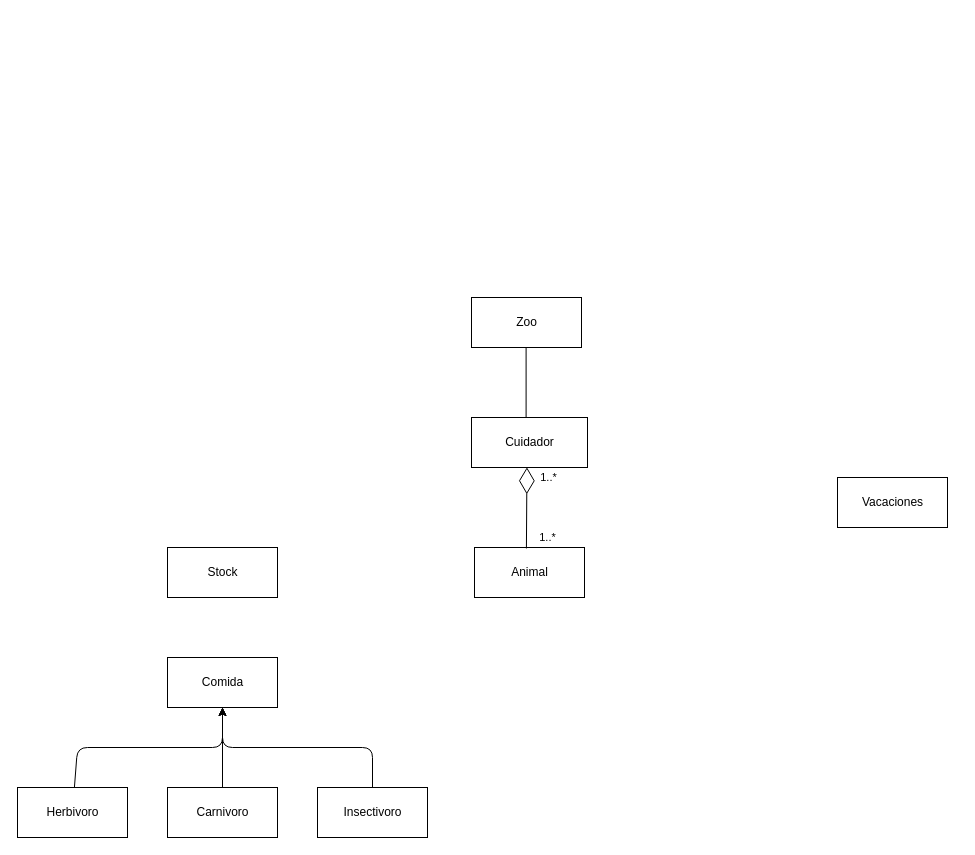
Earlier version of the draw.io diagram ejercicio04/ejercicio04.drawio (mgonzalz/ejerciciosuml). Source tidied: cells renumbered, new cells numbered last; positions are measured from the earlier drawing's top-left corner, leaving out a move shared by most shapes. Both pictures are drawn from the tidied source at 100%, with x=0, y=0 at pixel (17, 297).
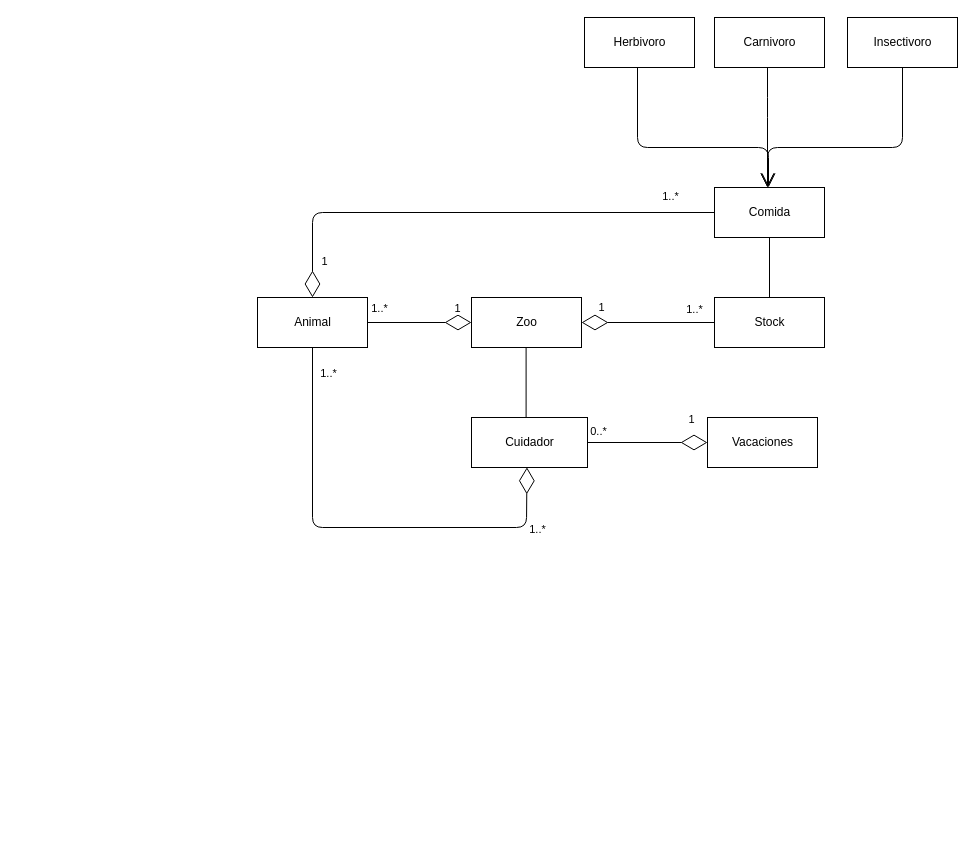
Above is the later version.

The change refers to these unchanged cells:
```xml
<mxCell id="2" value="Zoo" style="html=1;" parent="1" vertex="1">
  <mxGeometry x="454" width="110" height="50" as="geometry" />
</mxCell>
<mxCell id="4" value="Cuidador" style="html=1;" parent="1" vertex="1">
  <mxGeometry x="454" y="120" width="116" height="50" as="geometry" />
</mxCell>
```

Change to the diagram source:
```diff
@@
     <mxCell id="3" value="Stock" style="html=1;" parent="1" vertex="1">
-      <mxGeometry x="150" y="250" width="110" height="50" as="geometry" />
+      <mxGeometry x="697" width="110" height="50" as="geometry" />
     </mxCell>
@@
     <mxCell id="5" value="Animal" style="html=1;" parent="1" vertex="1">
-      <mxGeometry x="457" y="250" width="110" height="50" as="geometry" />
+      <mxGeometry x="240" width="110" height="50" as="geometry" />
     </mxCell>
     <mxCell id="6" value="Vacaciones" style="html=1;" parent="1" vertex="1">
-      <mxGeometry x="820" y="180" width="110" height="50" as="geometry" />
+      <mxGeometry x="690" y="120" width="110" height="50" as="geometry" />
     </mxCell>
     <mxCell id="7" value="Comida" style="html=1;" parent="1" vertex="1">
-      <mxGeometry x="150" y="360" width="110" height="50" as="geometry" />
+      <mxGeometry x="697" y="-110" width="110" height="50" as="geometry" />
     </mxCell>
-    <mxCell id="8" style="edgeStyle=none;html=1;entryX=0.5;entryY=1;entryDx=0;entryDy=0;" parent="1" edge="1" source="9" target="7">
-      <mxGeometry relative="1" as="geometry">
-        <Array as="points">
-          <mxPoint x="355" y="450" />
-          <mxPoint x="205" y="450" />
-        </Array>
-      </mxGeometry>
-    </mxCell>
     <mxCell id="9" value="Insectivoro" style="html=1;" parent="1" vertex="1">
-      <mxGeometry x="300" y="490" width="110" height="50" as="geometry" />
+      <mxGeometry x="830" y="-280" width="110" height="50" as="geometry" />
     </mxCell>
-    <mxCell id="10" style="edgeStyle=none;html=1;entryX=0.5;entryY=1;entryDx=0;entryDy=0;" parent="1" edge="1" source="11" target="7">
-      <mxGeometry relative="1" as="geometry">
-        <Array as="points">
-          <mxPoint x="60" y="450" />
-          <mxPoint x="205" y="450" />
-        </Array>
-      </mxGeometry>
-    </mxCell>
     <mxCell id="11" value="Herbivoro" style="html=1;" parent="1" vertex="1">
-      <mxGeometry y="490" width="110" height="50" as="geometry" />
+      <mxGeometry x="567" y="-280" width="110" height="50" as="geometry" />
     </mxCell>
-    <mxCell id="12" style="edgeStyle=none;html=1;" parent="1" edge="1" source="13" target="7">
-      <mxGeometry relative="1" as="geometry" />
-    </mxCell>
     <mxCell id="13" value="Carnivoro" style="html=1;" parent="1" vertex="1">
-      <mxGeometry x="150" y="490" width="110" height="50" as="geometry" />
+      <mxGeometry x="697" y="-280" width="110" height="50" as="geometry" />
     </mxCell>
-    <mxCell id="14" style="endArrow=diamondThin;endFill=0;endSize=24;html=1;exitX=0.472;exitY=0.019;exitDx=0;exitDy=0;entryX=0.478;entryY=0.996;entryDx=0;entryDy=0;exitPerimeter=0;entryPerimeter=0;" parent="1" edge="1" source="5" target="4">
-      <mxGeometry relative="1" as="geometry" />
+    <mxCell id="14" style="endArrow=diamondThin;endFill=0;endSize=24;html=1;entryX=0.478;entryY=0.996;entryDx=0;entryDy=0;entryPerimeter=0;" parent="1" edge="1" target="4">
+      <mxGeometry relative="1" as="geometry">
+        <mxPoint x="295" y="50" as="sourcePoint" />
+        <Array as="points">
+          <mxPoint x="295" y="230" />
+          <mxPoint x="509" y="230" />
+        </Array>
+      </mxGeometry>
     </mxCell>
@@
     <mxCell id="16" value="1..*" style="edgeLabel;html=1;align=center;verticalAlign=middle;" parent="14" vertex="1">
       <mxGeometry x="-0.72" y="-1" relative="1" as="geometry">
-        <mxPoint x="20" as="offset" />
+        <mxPoint x="16" y="-39" as="offset" />
       </mxGeometry>
     </mxCell>
@@
+    <mxCell id="18" style="endArrow=diamondThin;endFill=0;endSize=24;html=1;entryX=0;entryY=0.5;entryDx=0;entryDy=0;exitX=1;exitY=0.5;exitDx=0;exitDy=0;" parent="1" edge="1" source="5" target="2">
+      <mxGeometry relative="1" as="geometry" />
+    </mxCell>
+    <mxCell id="19" value="1" style="edgeLabel;html=1;align=center;verticalAlign=middle;" parent="18" vertex="1">
+      <mxGeometry x="0.72" y="4" relative="1" as="geometry">
+        <mxPoint y="-11" as="offset" />
+      </mxGeometry>
+    </mxCell>
+    <mxCell id="20" value="1..*" style="edgeLabel;html=1;align=center;verticalAlign=middle;" parent="18" vertex="1">
+      <mxGeometry x="-0.81" y="-1" relative="1" as="geometry">
+        <mxPoint x="1" y="-16" as="offset" />
+      </mxGeometry>
+    </mxCell>
+    <mxCell id="21" style="endArrow=diamondThin;endFill=0;endSize=24;html=1;entryX=1;entryY=0.5;entryDx=0;entryDy=0;exitX=0;exitY=0.5;exitDx=0;exitDy=0;" parent="1" edge="1" source="3" target="2">
+      <mxGeometry relative="1" as="geometry" />
+    </mxCell>
+    <mxCell id="22" value="1" style="edgeLabel;html=1;align=center;verticalAlign=middle;" parent="21" vertex="1">
+      <mxGeometry x="0.72" y="4" relative="1" as="geometry">
+        <mxPoint y="-20" as="offset" />
+      </mxGeometry>
+    </mxCell>
+    <mxCell id="23" value="1..*" style="edgeLabel;html=1;align=center;verticalAlign=middle;" parent="21" vertex="1">
+      <mxGeometry x="-0.81" y="-1" relative="1" as="geometry">
+        <mxPoint x="-8" y="-13" as="offset" />
+      </mxGeometry>
+    </mxCell>
+    <mxCell id="24" style="endArrow=diamondThin;endFill=0;endSize=24;html=1;entryX=0.5;entryY=0;entryDx=0;entryDy=0;exitX=0;exitY=0.5;exitDx=0;exitDy=0;" parent="1" edge="1" source="7" target="5">
+      <mxGeometry relative="1" as="geometry">
+        <Array as="points">
+          <mxPoint x="295" y="-85" />
+        </Array>
+      </mxGeometry>
+    </mxCell>
+    <mxCell id="25" value="1" style="edgeLabel;html=1;align=center;verticalAlign=middle;" parent="24" vertex="1">
+      <mxGeometry x="0.72" y="4" relative="1" as="geometry">
+        <mxPoint x="7" y="31" as="offset" />
+      </mxGeometry>
+    </mxCell>
+    <mxCell id="26" value="1..*" style="edgeLabel;html=1;align=center;verticalAlign=middle;" parent="24" vertex="1">
+      <mxGeometry x="-0.81" y="-1" relative="1" as="geometry">
+        <mxPoint x="1" y="-16" as="offset" />
+      </mxGeometry>
+    </mxCell>
+    <mxCell id="27" style="endArrow=open;endFill=1;endSize=12;html=1;entryX=0.5;entryY=1;entryDx=0;entryDy=0;" parent="1" edge="1">
+      <mxGeometry relative="1" as="geometry">
+        <mxPoint x="620" y="-230" as="sourcePoint" />
+        <mxPoint x="751" y="-110" as="targetPoint" />
+        <Array as="points">
+          <mxPoint x="620" y="-150" />
+          <mxPoint x="751" y="-150" />
+        </Array>
+      </mxGeometry>
+    </mxCell>
+    <mxCell id="28" style="endArrow=open;endFill=1;endSize=12;html=1;exitX=0.5;exitY=1;exitDx=0;exitDy=0;" parent="1" edge="1" source="9">
+      <mxGeometry relative="1" as="geometry">
+        <mxPoint x="750" y="-110" as="targetPoint" />
+        <Array as="points">
+          <mxPoint x="885" y="-150" />
+          <mxPoint x="750" y="-150" />
+        </Array>
+      </mxGeometry>
+    </mxCell>
+    <mxCell id="29" style="endArrow=open;endFill=1;endSize=12;html=1;" parent="1" edge="1">
+      <mxGeometry relative="1" as="geometry">
+        <mxPoint x="750" y="-230" as="sourcePoint" />
+        <mxPoint x="750" y="-110" as="targetPoint" />
+        <Array as="points">
+          <mxPoint x="750" y="-190" />
+        </Array>
+      </mxGeometry>
+    </mxCell>
+    <mxCell id="30" style="endArrow=none;html=1;entryX=0.5;entryY=1;entryDx=0;entryDy=0;exitX=0.5;exitY=0;exitDx=0;exitDy=0;" parent="1" edge="1" source="3" target="7">
+      <mxGeometry relative="1" as="geometry" />
+    </mxCell>
+    <mxCell id="31" style="endArrow=diamondThin;endFill=0;endSize=24;html=1;entryX=0;entryY=0.5;entryDx=0;entryDy=0;exitX=1;exitY=0.5;exitDx=0;exitDy=0;" parent="1" edge="1" source="4" target="6">
+      <mxGeometry relative="1" as="geometry" />
+    </mxCell>
+    <mxCell id="32" value="1" style="edgeLabel;html=1;align=center;verticalAlign=middle;" parent="31" vertex="1">
+      <mxGeometry x="0.72" y="4" relative="1" as="geometry">
+        <mxPoint y="-20" as="offset" />
+      </mxGeometry>
+    </mxCell>
+    <mxCell id="33" value="0..*" style="edgeLabel;html=1;align=center;verticalAlign=middle;" parent="31" vertex="1">
+      <mxGeometry x="-0.81" y="-1" relative="1" as="geometry">
+        <mxPoint x="-1" y="-13" as="offset" />
+      </mxGeometry>
+    </mxCell>
```
